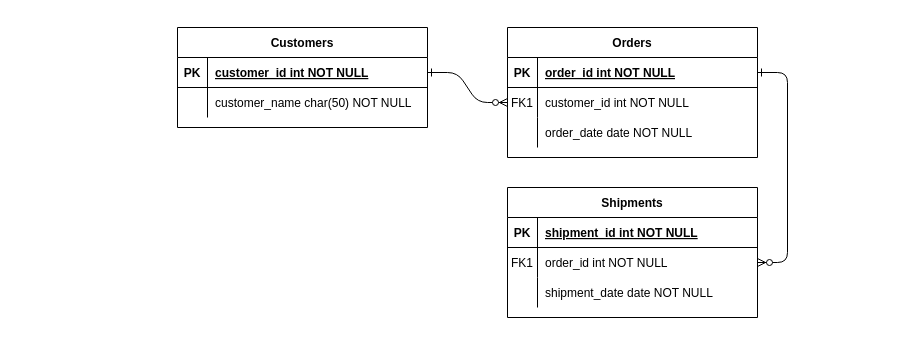
Before: Documentation/ERD.drawio in PerryDonahue/ISQA8810-001, a draw.io diagram. Source tidied: cells renumbered, new cells numbered last; positions are measured from the earlier drawing's top-left corner, leaving out a move shared by most shapes. Both pictures are drawn from the tidied source at 100%, with x=0, y=0 at pixel (177, 27).
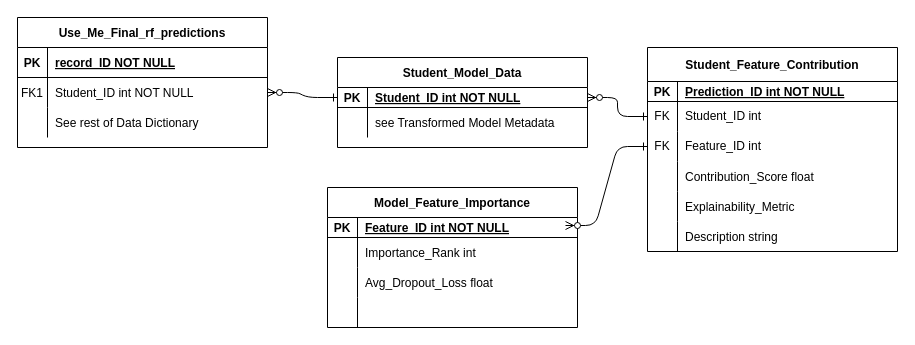
The same diagram, later.

The change refers to these unchanged cells:
```xml
<mxCell id="5" style="shape=partialRectangle;fillColor=none;points=[[0,0.5],[1,0.5]];portConstraint=eastwest;top=0;left=0;right=0;bottom=1;" parent="4" vertex="1">
  <mxGeometry y="30" width="250" height="30" as="geometry" />
</mxCell>
<mxCell id="8" style="shape=partialRectangle;fillColor=none;points=[[0,0.5],[1,0.5]];portConstraint=eastwest;top=0;left=0;right=0;bottom=0;" parent="4" vertex="1">
  <mxGeometry y="60" width="250" height="30" as="geometry" />
</mxCell>
<mxCell id="11" style="shape=partialRectangle;fillColor=none;top=0;left=0;right=0;bottom=0;" parent="4" vertex="1">
  <mxGeometry y="90" width="250" height="30" as="geometry" />
</mxCell>
```

The edit, as a diff of the source:
```diff
@@
-    <mxCell id="3" style="edgeStyle=entityRelationEdgeStyle;endArrow=ERzeroToMany;startArrow=ERone;endFill=1;startFill=0;" parent="1" edge="1" source="5" target="18">
-      <mxGeometry relative="1" as="geometry" />
-    </mxCell>
-    <mxCell id="4" value="Orders" style="shape=table;startSize=30;childLayout=tableLayout;rowLines=0;fontStyle=1;align=center;" parent="1" vertex="1">
-      <mxGeometry x="330" width="250" height="130" as="geometry" />
+    <mxCell id="4" value="Use_Me_Final_rf_predictions" style="shape=table;startSize=30;childLayout=tableLayout;rowLines=0;fontStyle=1;align=center;" parent="1" vertex="1">
+      <mxGeometry x="-160" y="-10" width="250" height="130" as="geometry" />
     </mxCell>
@@
-    <mxCell id="7" value="order_id int NOT NULL " style="shape=partialRectangle;overflow=hidden;fillColor=none;top=0;left=0;bottom=0;right=0;align=left;spacingLeft=6;fontStyle=5;" parent="5" vertex="1">
+    <mxCell id="7" value="record_ID NOT NULL " style="shape=partialRectangle;overflow=hidden;fillColor=none;top=0;left=0;bottom=0;right=0;align=left;spacingLeft=6;fontStyle=5;" parent="5" vertex="1">
       <mxGeometry x="30" width="220" height="30" as="geometry" />
     </mxCell>
@@
-    <mxCell id="10" value="customer_id int NOT NULL" style="shape=partialRectangle;overflow=hidden;fillColor=none;top=0;left=0;bottom=0;right=0;align=left;spacingLeft=6;" parent="8" vertex="1">
+    <mxCell id="10" value="Student_ID int NOT NULL" style="shape=partialRectangle;overflow=hidden;fillColor=none;top=0;left=0;bottom=0;right=0;align=left;spacingLeft=6;" parent="8" vertex="1">
       <mxGeometry x="30" width="220" height="30" as="geometry" />
     </mxCell>
@@
-    <mxCell id="13" value="order_date date NOT NULL" style="shape=partialRectangle;overflow=hidden;fillColor=none;top=0;left=0;bottom=0;right=0;align=left;spacingLeft=6;" parent="11" vertex="1">
+    <mxCell id="13" value="See rest of Data Dictionary" style="shape=partialRectangle;overflow=hidden;fillColor=none;top=0;left=0;bottom=0;right=0;align=left;spacingLeft=6;" parent="11" vertex="1">
       <mxGeometry x="30" width="220" height="30" as="geometry" />
     </mxCell>
-    <mxCell id="14" value="Shipments" style="shape=table;startSize=30;childLayout=tableLayout;rowLines=0;fontStyle=1;align=center;" parent="1" vertex="1">
-      <mxGeometry x="330" y="160" width="250" height="130" as="geometry" />
-    </mxCell>
-    <mxCell id="15" style="shape=partialRectangle;fillColor=none;top=0;left=0;right=0;bottom=1;" parent="14" vertex="1">
-      <mxGeometry y="30" width="250" height="30" as="geometry" />
-    </mxCell>
-    <mxCell id="16" value="PK" style="shape=partialRectangle;overflow=hidden;fillColor=none;top=0;left=0;bottom=0;right=0;fontStyle=1;" parent="15" vertex="1">
-      <mxGeometry width="30" height="30" as="geometry" />
-    </mxCell>
-    <mxCell id="17" value="shipment_id int NOT NULL " style="shape=partialRectangle;overflow=hidden;fillColor=none;top=0;left=0;bottom=0;right=0;align=left;spacingLeft=6;fontStyle=5;" parent="15" vertex="1">
-      <mxGeometry x="30" width="220" height="30" as="geometry" />
-    </mxCell>
-    <mxCell id="18" style="shape=partialRectangle;fillColor=none;points=[[0,0.5],[1,0.5]];portConstraint=eastwest;top=0;left=0;right=0;bottom=0;" parent="14" vertex="1">
-      <mxGeometry y="60" width="250" height="30" as="geometry" />
-    </mxCell>
-    <mxCell id="19" value="FK1" style="shape=partialRectangle;overflow=hidden;fillColor=none;top=0;left=0;bottom=0;right=0;" parent="18" vertex="1">
-      <mxGeometry width="30" height="30" as="geometry" />
-    </mxCell>
-    <mxCell id="20" value="order_id int NOT NULL" style="shape=partialRectangle;overflow=hidden;fillColor=none;top=0;left=0;bottom=0;right=0;align=left;spacingLeft=6;" parent="18" vertex="1">
-      <mxGeometry x="30" width="220" height="30" as="geometry" />
-    </mxCell>
-    <mxCell id="21" style="shape=partialRectangle;fillColor=none;top=0;left=0;right=0;bottom=0;" parent="14" vertex="1">
-      <mxGeometry y="90" width="250" height="30" as="geometry" />
-    </mxCell>
-    <mxCell id="22" style="shape=partialRectangle;overflow=hidden;fillColor=none;top=0;left=0;bottom=0;right=0;" parent="21" vertex="1">
-      <mxGeometry width="30" height="30" as="geometry" />
-    </mxCell>
-    <mxCell id="23" value="shipment_date date NOT NULL" style="shape=partialRectangle;overflow=hidden;fillColor=none;top=0;left=0;bottom=0;right=0;align=left;spacingLeft=6;" parent="21" vertex="1">
-      <mxGeometry x="30" width="220" height="30" as="geometry" />
-    </mxCell>
-    <mxCell id="24" value="Customers" style="shape=table;startSize=30;childLayout=tableLayout;rowLines=0;fontStyle=1;align=center;" parent="1" vertex="1">
-      <mxGeometry width="250" height="100" as="geometry" />
+    <mxCell id="24" value="Student_Model_Data" style="shape=table;startSize=30;childLayout=tableLayout;rowLines=0;fontStyle=1;align=center;" parent="1" vertex="1">
+      <mxGeometry x="160" y="30" width="250" height="90" as="geometry" />
     </mxCell>
     <mxCell id="25" style="shape=partialRectangle;fillColor=none;points=[[0,0.5],[1,0.5]];portConstraint=eastwest;top=0;left=0;right=0;bottom=1;" parent="24" vertex="1">
-      <mxGeometry y="30" width="250" height="30" as="geometry" />
+      <mxGeometry y="30" width="250" height="20" as="geometry" />
     </mxCell>
     <mxCell id="26" value="PK" style="shape=partialRectangle;overflow=hidden;fillColor=none;top=0;left=0;bottom=0;right=0;fontStyle=1;" parent="25" vertex="1">
-      <mxGeometry width="30" height="30" as="geometry" />
+      <mxGeometry width="30" height="20" as="geometry" />
     </mxCell>
-    <mxCell id="27" value="customer_id int NOT NULL " style="shape=partialRectangle;overflow=hidden;fillColor=none;top=0;left=0;bottom=0;right=0;align=left;spacingLeft=6;fontStyle=5;" parent="25" vertex="1">
-      <mxGeometry x="30" width="220" height="30" as="geometry" />
+    <mxCell id="27" value="Student_ID int NOT NULL" style="shape=partialRectangle;overflow=hidden;fillColor=none;top=0;left=0;bottom=0;right=0;align=left;spacingLeft=6;fontStyle=5;" parent="25" vertex="1">
+      <mxGeometry x="30" width="220" height="20" as="geometry" />
     </mxCell>
     <mxCell id="28" style="shape=partialRectangle;fillColor=none;top=0;left=0;right=0;bottom=0;" parent="24" vertex="1">
-      <mxGeometry y="60" width="250" height="30" as="geometry" />
+      <mxGeometry y="50" width="250" height="30" as="geometry" />
     </mxCell>
@@
-    <mxCell id="30" value="customer_name char(50) NOT NULL" style="shape=partialRectangle;overflow=hidden;fillColor=none;top=0;left=0;bottom=0;right=0;align=left;spacingLeft=6;" parent="28" vertex="1">
+    <mxCell id="30" value="see Transformed Model Metadata" style="shape=partialRectangle;overflow=hidden;fillColor=none;top=0;left=0;bottom=0;right=0;align=left;spacingLeft=6;" parent="28" vertex="1">
       <mxGeometry x="30" width="220" height="30" as="geometry" />
     </mxCell>
+    <mxCell id="31" value="Model_Feature_Importance" style="shape=table;startSize=30;childLayout=tableLayout;rowLines=0;fontStyle=1;align=center;" parent="1" vertex="1">
+      <mxGeometry x="150" y="160" width="250" height="140" as="geometry" />
+    </mxCell>
+    <mxCell id="32" style="shape=partialRectangle;fillColor=none;points=[[0,0.5],[1,0.5]];portConstraint=eastwest;top=0;left=0;right=0;bottom=1;" parent="31" vertex="1">
+      <mxGeometry y="30" width="250" height="20" as="geometry" />
+    </mxCell>
+    <mxCell id="33" value="PK" style="shape=partialRectangle;overflow=hidden;fillColor=none;top=0;left=0;bottom=0;right=0;fontStyle=1;" parent="32" vertex="1">
+      <mxGeometry width="30" height="20" as="geometry" />
+    </mxCell>
+    <mxCell id="34" value="Feature_ID int NOT NULL" style="shape=partialRectangle;overflow=hidden;fillColor=none;top=0;left=0;bottom=0;right=0;align=left;spacingLeft=6;fontStyle=5;" parent="32" vertex="1">
+      <mxGeometry x="30" width="220" height="20" as="geometry" />
+    </mxCell>
+    <mxCell id="35" style="shape=partialRectangle;fillColor=none;top=0;left=0;right=0;bottom=0;" parent="31" vertex="1">
+      <mxGeometry y="50" width="250" height="30" as="geometry" />
+    </mxCell>
+    <mxCell id="36" style="shape=partialRectangle;overflow=hidden;fillColor=none;top=0;left=0;bottom=0;right=0;" parent="35" vertex="1">
+      <mxGeometry width="30" height="30" as="geometry" />
+    </mxCell>
+    <mxCell id="37" value="Importance_Rank int" style="shape=partialRectangle;overflow=hidden;fillColor=none;top=0;left=0;bottom=0;right=0;align=left;spacingLeft=6;" parent="35" vertex="1">
+      <mxGeometry x="30" width="220" height="30" as="geometry" />
+    </mxCell>
+    <mxCell id="38" style="shape=tableRow;horizontal=0;startSize=0;swimlaneHead=0;swimlaneBody=0;fillColor=none;top=0;left=0;right=0;bottom=0;" parent="31" vertex="1">
+      <mxGeometry y="80" width="250" height="30" as="geometry" />
+    </mxCell>
+    <mxCell id="39" style="shape=partialRectangle;fillColor=none;top=0;left=0;bottom=0;right=0;overflow=hidden;" parent="38" vertex="1">
+      <mxGeometry width="30" height="30" as="geometry" />
+    </mxCell>
+    <mxCell id="40" value="Avg_Dropout_Loss float" style="shape=partialRectangle;fillColor=none;top=0;left=0;bottom=0;right=0;align=left;spacingLeft=6;overflow=hidden;" parent="38" vertex="1">
+      <mxGeometry x="30" width="220" height="30" as="geometry" />
+    </mxCell>
+    <mxCell id="41" style="shape=tableRow;horizontal=0;startSize=0;swimlaneHead=0;swimlaneBody=0;fillColor=none;top=0;left=0;right=0;bottom=0;" parent="31" vertex="1">
+      <mxGeometry y="110" width="250" height="30" as="geometry" />
+    </mxCell>
+    <mxCell id="42" style="shape=partialRectangle;fillColor=none;top=0;left=0;bottom=0;right=0;overflow=hidden;" parent="41" vertex="1">
+      <mxGeometry width="30" height="30" as="geometry" />
+    </mxCell>
+    <mxCell id="43" style="shape=partialRectangle;fillColor=none;top=0;left=0;bottom=0;right=0;align=left;spacingLeft=6;overflow=hidden;" parent="41" vertex="1">
+      <mxGeometry x="30" width="220" height="30" as="geometry" />
+    </mxCell>
+    <mxCell id="44" value="Student_Feature_Contribution" style="shape=table;startSize=34;childLayout=tableLayout;rowLines=0;fontStyle=1;align=center;" parent="1" vertex="1">
+      <mxGeometry x="470" y="20" width="250" height="204" as="geometry" />
+    </mxCell>
+    <mxCell id="45" style="shape=partialRectangle;fillColor=none;top=0;left=0;right=0;bottom=1;" parent="44" vertex="1">
+      <mxGeometry y="34" width="250" height="20" as="geometry" />
+    </mxCell>
+    <mxCell id="46" value="PK" style="shape=partialRectangle;overflow=hidden;fillColor=none;top=0;left=0;bottom=0;right=0;fontStyle=1;" parent="45" vertex="1">
+      <mxGeometry width="30" height="20" as="geometry" />
+    </mxCell>
+    <mxCell id="47" value="Prediction_ID int NOT NULL" style="shape=partialRectangle;overflow=hidden;fillColor=none;top=0;left=0;bottom=0;right=0;align=left;spacingLeft=6;fontStyle=5;" parent="45" vertex="1">
+      <mxGeometry x="30" width="220" height="20" as="geometry" />
+    </mxCell>
+    <mxCell id="48" style="shape=tableRow;horizontal=0;startSize=0;swimlaneHead=0;swimlaneBody=0;fillColor=none;points=[[0,0.5],[1,0.5]];portConstraint=eastwest;top=0;left=0;right=0;bottom=0;" parent="44" vertex="1">
+      <mxGeometry y="54" width="250" height="30" as="geometry" />
+    </mxCell>
+    <mxCell id="49" value="FK" style="shape=partialRectangle;fillColor=none;top=0;left=0;bottom=0;right=0;fontStyle=0;overflow=hidden;whiteSpace=wrap;html=1;" parent="48" vertex="1">
+      <mxGeometry width="30" height="30" as="geometry" />
+    </mxCell>
+    <mxCell id="50" value="Student_ID int" style="shape=partialRectangle;fillColor=none;top=0;left=0;bottom=0;right=0;align=left;spacingLeft=6;fontStyle=0;overflow=hidden;whiteSpace=wrap;html=1;" parent="48" vertex="1">
+      <mxGeometry x="30" width="220" height="30" as="geometry" />
+    </mxCell>
+    <mxCell id="51" style="shape=tableRow;horizontal=0;startSize=0;swimlaneHead=0;swimlaneBody=0;fillColor=none;points=[[0,0.5],[1,0.5]];portConstraint=eastwest;top=0;left=0;right=0;bottom=0;" parent="44" vertex="1">
+      <mxGeometry y="84" width="250" height="30" as="geometry" />
+    </mxCell>
+    <mxCell id="52" value="FK" style="shape=partialRectangle;fillColor=none;top=0;left=0;bottom=0;right=0;fontStyle=0;overflow=hidden;whiteSpace=wrap;html=1;" parent="51" vertex="1">
+      <mxGeometry width="30" height="30" as="geometry" />
+    </mxCell>
+    <mxCell id="53" value="Feature_ID int" style="shape=partialRectangle;fillColor=none;top=0;left=0;bottom=0;right=0;align=left;spacingLeft=6;fontStyle=0;overflow=hidden;whiteSpace=wrap;html=1;" parent="51" vertex="1">
+      <mxGeometry x="30" width="220" height="30" as="geometry" />
+    </mxCell>
+    <mxCell id="54" style="shape=partialRectangle;fillColor=none;top=0;left=0;right=0;bottom=0;" parent="44" vertex="1">
+      <mxGeometry y="114" width="250" height="30" as="geometry" />
+    </mxCell>
+    <mxCell id="55" style="shape=partialRectangle;overflow=hidden;fillColor=none;top=0;left=0;bottom=0;right=0;" parent="54" vertex="1">
+      <mxGeometry width="30" height="30" as="geometry" />
+    </mxCell>
+    <mxCell id="56" value="Contribution_Score float" style="shape=partialRectangle;overflow=hidden;fillColor=none;top=0;left=0;bottom=0;right=0;align=left;spacingLeft=6;" parent="54" vertex="1">
+      <mxGeometry x="30" width="220" height="30" as="geometry" />
+    </mxCell>
+    <mxCell id="57" style="shape=tableRow;horizontal=0;startSize=0;swimlaneHead=0;swimlaneBody=0;fillColor=none;top=0;left=0;right=0;bottom=0;" parent="44" vertex="1">
+      <mxGeometry y="144" width="250" height="30" as="geometry" />
+    </mxCell>
+    <mxCell id="58" style="shape=partialRectangle;fillColor=none;top=0;left=0;bottom=0;right=0;overflow=hidden;" parent="57" vertex="1">
+      <mxGeometry width="30" height="30" as="geometry" />
+    </mxCell>
+    <mxCell id="59" value="Explainability_Metric" style="shape=partialRectangle;fillColor=none;top=0;left=0;bottom=0;right=0;align=left;spacingLeft=6;overflow=hidden;" parent="57" vertex="1">
+      <mxGeometry x="30" width="220" height="30" as="geometry" />
+    </mxCell>
+    <mxCell id="60" style="shape=tableRow;horizontal=0;startSize=0;swimlaneHead=0;swimlaneBody=0;fillColor=none;top=0;left=0;right=0;bottom=0;" parent="44" vertex="1">
+      <mxGeometry y="174" width="250" height="30" as="geometry" />
+    </mxCell>
+    <mxCell id="61" style="shape=partialRectangle;fillColor=none;top=0;left=0;bottom=0;right=0;overflow=hidden;" parent="60" vertex="1">
+      <mxGeometry width="30" height="30" as="geometry" />
+    </mxCell>
+    <mxCell id="62" value="Description string" style="shape=partialRectangle;fillColor=none;top=0;left=0;bottom=0;right=0;align=left;spacingLeft=6;overflow=hidden;" parent="60" vertex="1">
+      <mxGeometry x="30" width="220" height="30" as="geometry" />
+    </mxCell>
+    <mxCell id="63" style="edgeStyle=entityRelationEdgeStyle;endArrow=ERzeroToMany;startArrow=ERone;endFill=1;startFill=0;entryX=1;entryY=0.5;entryDx=0;entryDy=0;" parent="1" edge="1" source="48" target="25">
+      <mxGeometry relative="1" as="geometry" />
+    </mxCell>
+    <mxCell id="64" style="edgeStyle=entityRelationEdgeStyle;endArrow=ERzeroToMany;startArrow=ERone;endFill=1;startFill=0;entryX=0.952;entryY=0.4;entryDx=0;entryDy=0;entryPerimeter=0;exitX=0;exitY=0.5;exitDx=0;exitDy=0;" parent="1" edge="1" source="51" target="32">
+      <mxGeometry relative="1" as="geometry" />
+    </mxCell>
```
